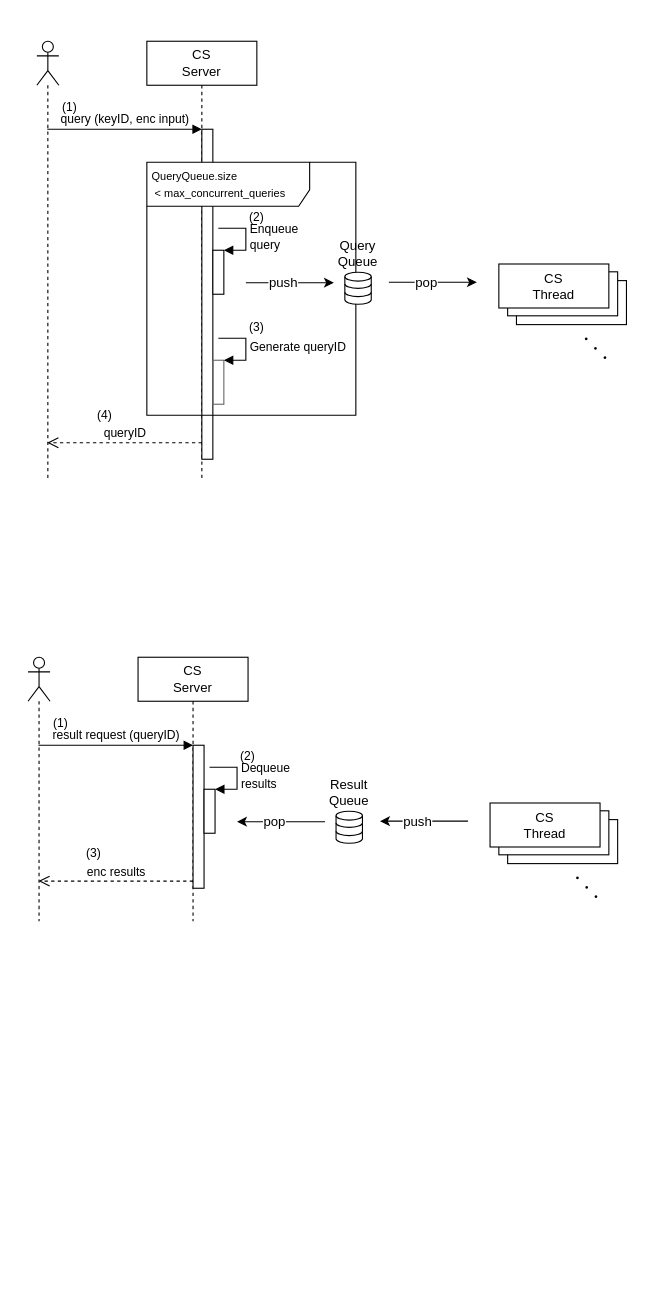
The draw.io diagram page "seq-cs-01" (4 of 7) of doc/spec-ja/source/images/fhetbl_design.drawio in iihiro/FHE-Table-Search, before the edit. Source tidied: cells renumbered, new cells numbered last; positions are measured from the earlier drawing's top-left corner, leaving out a move shared by most shapes. Both pictures are drawn from the tidied source at 110%, with x=0, y=0 at pixel (28, 41).
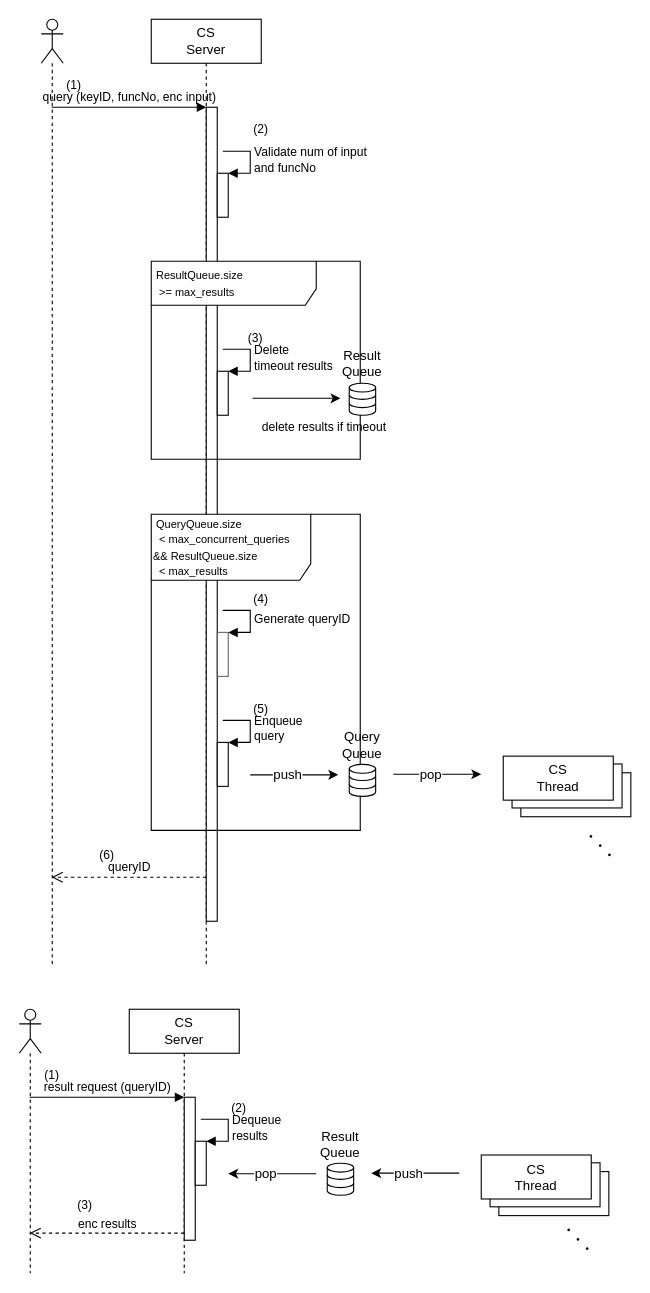
The same page after the edit.

The edit, as a diff of the source:
```diff
@@
+    <mxCell id="5" value="CS&lt;br&gt;Server" style="shape=umlLifeline;perimeter=lifelinePerimeter;whiteSpace=wrap;html=1;" parent="1" vertex="1">
+      <mxGeometry x="112" y="-20" width="100" height="860" as="geometry" />
+    </mxCell>
+    <mxCell id="6" style="html=1;points=[];perimeter=orthogonalPerimeter;" parent="1" vertex="1">
+      <mxGeometry x="162" y="60" width="10" height="740" as="geometry" />
+    </mxCell>
+    <mxCell id="46" value="&lt;font style=&quot;font-size: 10px&quot;&gt;&amp;nbsp;ResultQueue.size&lt;br&gt;&amp;nbsp; &amp;gt;= max_results&lt;br&gt;&lt;/font&gt;" style="shape=umlFrame;whiteSpace=wrap;html=1;labelBackgroundColor=none;width=150;height=40;align=left;" parent="1" vertex="1">
+      <mxGeometry x="112" y="200" width="190" height="180" as="geometry" />
+    </mxCell>
     <mxCell id="2" style="rounded=0;whiteSpace=wrap;html=1;strokeColor=#000000;strokeWidth=1;" parent="1" vertex="1">
-      <mxGeometry x="444" y="217.6" width="100" height="40" as="geometry" />
+      <mxGeometry x="448" y="665" width="100" height="40" as="geometry" />
     </mxCell>
     <mxCell id="3" style="rounded=0;whiteSpace=wrap;html=1;strokeColor=#000000;strokeWidth=1;" parent="1" vertex="1">
-      <mxGeometry x="436" y="209.6" width="100" height="40" as="geometry" />
+      <mxGeometry x="440" y="657" width="100" height="40" as="geometry" />
     </mxCell>
     <mxCell id="4" style="shape=umlLifeline;participant=umlActor;perimeter=lifelinePerimeter;whiteSpace=wrap;html=1;verticalAlign=top;spacingTop=36;labelBackgroundColor=#ffffff;outlineConnect=0;" parent="1" vertex="1">
-      <mxGeometry x="8" width="20" height="400" as="geometry" />
+      <mxGeometry x="12" y="-20" width="20" height="860" as="geometry" />
     </mxCell>
-    <mxCell id="5" value="CS&lt;br&gt;Server" style="shape=umlLifeline;perimeter=lifelinePerimeter;whiteSpace=wrap;html=1;" parent="1" vertex="1">
-      <mxGeometry x="108" width="100" height="400" as="geometry" />
-    </mxCell>
-    <mxCell id="6" style="html=1;points=[];perimeter=orthogonalPerimeter;" parent="1" vertex="1">
-      <mxGeometry x="158" y="80" width="10" height="300" as="geometry" />
-    </mxCell>
-    <mxCell id="7" value="query (keyID, enc input)" style="html=1;verticalAlign=bottom;endArrow=block;entryX=0;entryY=0;labelBackgroundColor=none;" parent="1" edge="1" source="4" target="6">
+    <mxCell id="7" value="query (keyID, funcNo, enc input)" style="html=1;verticalAlign=bottom;endArrow=block;entryX=0;entryY=0;labelBackgroundColor=none;" parent="1" edge="1" source="4" target="6">
       <mxGeometry relative="1" as="geometry" />
     </mxCell>
-    <mxCell id="8" value="queryID" style="html=1;verticalAlign=bottom;endArrow=open;dashed=1;endSize=8;exitX=0;exitY=0.95;labelBackgroundColor=none;" parent="1" edge="1" source="6" target="4">
-      <mxGeometry relative="1" as="geometry" />
+    <mxCell id="8" value="queryID" style="html=1;verticalAlign=bottom;endArrow=open;dashed=1;endSize=8;exitX=0;exitY=0.95;labelBackgroundColor=none;" parent="1" edge="1">
+      <mxGeometry relative="1" as="geometry">
+        <mxPoint x="162" y="760" as="sourcePoint" />
+        <mxPoint x="21.5" y="760" as="targetPoint" />
+      </mxGeometry>
     </mxCell>
     <mxCell id="9" style="html=1;points=[];perimeter=orthogonalPerimeter;strokeColor=#000000;strokeWidth=1;" parent="1" vertex="1">
-      <mxGeometry x="168" y="190" width="10" height="40" as="geometry" />
+      <mxGeometry x="172" y="637.4" width="10" height="40" as="geometry" />
     </mxCell>
     <mxCell id="10" value="Enqueue&lt;br&gt;query" style="edgeStyle=orthogonalEdgeStyle;html=1;align=left;spacingLeft=2;endArrow=block;rounded=0;entryX=1;entryY=0;labelBackgroundColor=none;" parent="1" edge="1" target="9">
       <mxGeometry relative="1" as="geometry">
-        <mxPoint x="173" y="170" as="sourcePoint" />
+        <mxPoint x="177" y="617.4" as="sourcePoint" />
         <Array as="points">
-          <mxPoint x="198" y="170" />
+          <mxPoint x="202" y="617.4" />
         </Array>
       </mxGeometry>
     </mxCell>
     <mxCell id="11" value="Query Queue" style="text;html=1;strokeColor=none;fillColor=none;align=center;verticalAlign=middle;whiteSpace=wrap;rounded=0;" parent="1" vertex="1">
-      <mxGeometry x="280" y="182.5" width="40" height="20" as="geometry" />
+      <mxGeometry x="284" y="629.9" width="40" height="20" as="geometry" />
     </mxCell>
     <mxCell id="12" style="endArrow=classic;html=1;labelBackgroundColor=none;" parent="1" edge="1">
       <mxGeometry relative="1" as="geometry">
-        <mxPoint x="198" y="219.5" as="sourcePoint" />
-        <mxPoint x="278" y="219.5" as="targetPoint" />
+        <mxPoint x="202" y="666.9" as="sourcePoint" />
+        <mxPoint x="282" y="666.9" as="targetPoint" />
       </mxGeometry>
     </mxCell>
@@
     <mxCell id="14" value="CS&lt;br&gt;Thread" style="rounded=0;whiteSpace=wrap;html=1;strokeColor=#000000;strokeWidth=1;" parent="1" vertex="1">
-      <mxGeometry x="428" y="202.5" width="100" height="40" as="geometry" />
+      <mxGeometry x="432" y="649.9" width="100" height="40" as="geometry" />
     </mxCell>
     <mxCell id="15" style="endArrow=classic;html=1;labelBackgroundColor=none;" parent="1" edge="1">
       <mxGeometry relative="1" as="geometry">
-        <mxPoint x="328" y="219.1" as="sourcePoint" />
-        <mxPoint x="408" y="219.1" as="targetPoint" />
+        <mxPoint x="332" y="666.4" as="sourcePoint" />
+        <mxPoint x="412" y="666.4" as="targetPoint" />
       </mxGeometry>
     </mxCell>
@@
     <mxCell id="17" value="・・・" style="text;html=1;strokeColor=none;fillColor=none;align=center;verticalAlign=middle;whiteSpace=wrap;rounded=0;rotation=45;" parent="1" vertex="1">
-      <mxGeometry x="496" y="270" width="40" height="20" as="geometry" />
+      <mxGeometry x="500" y="722.4" width="40" height="20" as="geometry" />
     </mxCell>
     <mxCell id="18" style="html=1;points=[];perimeter=orthogonalPerimeter;strokeColor=#666666;strokeWidth=1;fillColor=none;" parent="1" vertex="1">
-      <mxGeometry x="168" y="290" width="10" height="40" as="geometry" />
+      <mxGeometry x="172" y="537.4" width="10" height="40" as="geometry" />
     </mxCell>
     <mxCell id="19" value="Generate queryID" style="edgeStyle=orthogonalEdgeStyle;html=1;align=left;spacingLeft=2;endArrow=block;rounded=0;entryX=1;entryY=0;labelBackgroundColor=none;" parent="1" edge="1" target="18">
       <mxGeometry relative="1" as="geometry">
-        <mxPoint x="173" y="270" as="sourcePoint" />
+        <mxPoint x="177" y="517.4" as="sourcePoint" />
         <Array as="points">
-          <mxPoint x="198" y="270" />
+          <mxPoint x="202" y="517.4" />
         </Array>
       </mxGeometry>
     </mxCell>
     <mxCell id="20" style="rounded=0;whiteSpace=wrap;html=1;strokeColor=#000000;strokeWidth=1;" parent="1" vertex="1">
-      <mxGeometry x="436" y="707.6" width="100" height="40" as="geometry" />
+      <mxGeometry x="428" y="1027.6" width="100" height="40" as="geometry" />
     </mxCell>
     <mxCell id="21" style="rounded=0;whiteSpace=wrap;html=1;strokeColor=#000000;strokeWidth=1;" parent="1" vertex="1">
-      <mxGeometry x="428" y="699.6" width="100" height="40" as="geometry" />
+      <mxGeometry x="420" y="1019.6" width="100" height="40" as="geometry" />
     </mxCell>
     <mxCell id="22" style="shape=umlLifeline;participant=umlActor;perimeter=lifelinePerimeter;whiteSpace=wrap;html=1;verticalAlign=top;spacingTop=36;labelBackgroundColor=#ffffff;outlineConnect=0;" parent="1" vertex="1">
-      <mxGeometry y="560" width="20" height="240" as="geometry" />
+      <mxGeometry x="-8" y="880" width="20" height="240" as="geometry" />
     </mxCell>
     <mxCell id="23" value="CS&lt;br&gt;Server" style="shape=umlLifeline;perimeter=lifelinePerimeter;whiteSpace=wrap;html=1;" parent="1" vertex="1">
-      <mxGeometry x="100" y="560" width="100" height="240" as="geometry" />
+      <mxGeometry x="92" y="880" width="100" height="240" as="geometry" />
     </mxCell>
     <mxCell id="24" style="html=1;points=[];perimeter=orthogonalPerimeter;" parent="1" vertex="1">
-      <mxGeometry x="150" y="640" width="10" height="130" as="geometry" />
+      <mxGeometry x="142" y="960" width="10" height="130" as="geometry" />
     </mxCell>
@@
     <mxCell id="27" style="html=1;verticalLabelPosition=bottom;align=center;labelBackgroundColor=#ffffff;verticalAlign=top;strokeWidth=1;strokeColor=#000000;shadow=0;dashed=0;shape=mxgraph.ios7.icons.data;" parent="1" vertex="1">
-      <mxGeometry x="280" y="700" width="24" height="29.1" as="geometry" />
+      <mxGeometry x="272" y="1020" width="24" height="29.1" as="geometry" />
     </mxCell>
     <mxCell id="28" style="html=1;points=[];perimeter=orthogonalPerimeter;strokeColor=#000000;strokeWidth=1;" parent="1" vertex="1">
-      <mxGeometry x="160" y="680" width="10" height="40" as="geometry" />
+      <mxGeometry x="152" y="1000" width="10" height="40" as="geometry" />
     </mxCell>
     <mxCell id="29" value="Dequeue&lt;br&gt;results" style="edgeStyle=orthogonalEdgeStyle;html=1;align=left;spacingLeft=2;endArrow=block;rounded=0;entryX=1;entryY=0;labelBackgroundColor=none;" parent="1" edge="1" target="28">
       <mxGeometry relative="1" as="geometry">
-        <mxPoint x="165" y="660" as="sourcePoint" />
+        <mxPoint x="157" y="980" as="sourcePoint" />
         <Array as="points">
-          <mxPoint x="190" y="660" />
+          <mxPoint x="182" y="980" />
         </Array>
       </mxGeometry>
     </mxCell>
     <mxCell id="30" value="Result Queue" style="text;html=1;strokeColor=none;fillColor=none;align=center;verticalAlign=middle;whiteSpace=wrap;rounded=0;" parent="1" vertex="1">
-      <mxGeometry x="272" y="672.5" width="40" height="20" as="geometry" />
+      <mxGeometry x="264" y="992.5" width="40" height="20" as="geometry" />
     </mxCell>
     <mxCell id="31" style="endArrow=none;html=1;labelBackgroundColor=none;startArrow=classic;startFill=1;endFill=0;" parent="1" edge="1">
       <mxGeometry relative="1" as="geometry">
-        <mxPoint x="190" y="709.5" as="sourcePoint" />
-        <mxPoint x="270" y="709.5" as="targetPoint" />
+        <mxPoint x="182" y="1029.5" as="sourcePoint" />
+        <mxPoint x="262" y="1029.5" as="targetPoint" />
       </mxGeometry>
     </mxCell>
@@
     <mxCell id="33" value="CS&lt;br&gt;Thread" style="rounded=0;whiteSpace=wrap;html=1;strokeColor=#000000;strokeWidth=1;" parent="1" vertex="1">
-      <mxGeometry x="420" y="692.5" width="100" height="40" as="geometry" />
+      <mxGeometry x="412" y="1012.5" width="100" height="40" as="geometry" />
     </mxCell>
     <mxCell id="34" style="endArrow=none;html=1;labelBackgroundColor=none;startArrow=classic;startFill=1;endFill=0;" parent="1" edge="1">
       <mxGeometry relative="1" as="geometry">
-        <mxPoint x="320" y="709" as="sourcePoint" />
-        <mxPoint x="400" y="709" as="targetPoint" />
+        <mxPoint x="312" y="1029" as="sourcePoint" />
+        <mxPoint x="392" y="1029" as="targetPoint" />
       </mxGeometry>
     </mxCell>
@@
     <mxCell id="36" value="・・・" style="text;html=1;strokeColor=none;fillColor=none;align=center;verticalAlign=middle;whiteSpace=wrap;rounded=0;rotation=45;" parent="1" vertex="1">
-      <mxGeometry x="488" y="760" width="40" height="20" as="geometry" />
+      <mxGeometry x="480" y="1080" width="40" height="20" as="geometry" />
     </mxCell>
     <mxCell id="37" value="(1)" style="text;html=1;strokeColor=none;fillColor=none;align=center;verticalAlign=middle;whiteSpace=wrap;rounded=0;fontSize=11;" parent="1" vertex="1">
-      <mxGeometry x="18" y="50" width="40" height="20" as="geometry" />
+      <mxGeometry x="22" y="30" width="40" height="20" as="geometry" />
     </mxCell>
-    <mxCell id="38" value="(2)" style="text;html=1;strokeColor=none;fillColor=none;align=center;verticalAlign=middle;whiteSpace=wrap;rounded=0;fontSize=11;" parent="1" vertex="1">
-      <mxGeometry x="188" y="150" width="40" height="20" as="geometry" />
+    <mxCell id="38" value="(5)" style="text;html=1;strokeColor=none;fillColor=none;align=center;verticalAlign=middle;whiteSpace=wrap;rounded=0;fontSize=11;" parent="1" vertex="1">
+      <mxGeometry x="192" y="597.4" width="40" height="20" as="geometry" />
     </mxCell>
-    <mxCell id="39" value="(3)" style="text;html=1;strokeColor=none;fillColor=none;align=center;verticalAlign=middle;whiteSpace=wrap;rounded=0;fontSize=11;" parent="1" vertex="1">
-      <mxGeometry x="188" y="250" width="40" height="20" as="geometry" />
+    <mxCell id="39" value="(4)" style="text;html=1;strokeColor=none;fillColor=none;align=center;verticalAlign=middle;whiteSpace=wrap;rounded=0;fontSize=11;" parent="1" vertex="1">
+      <mxGeometry x="192" y="497.4" width="40" height="20" as="geometry" />
     </mxCell>
-    <mxCell id="40" value="(4)" style="text;html=1;strokeColor=none;fillColor=none;align=center;verticalAlign=middle;whiteSpace=wrap;rounded=0;fontSize=11;" parent="1" vertex="1">
-      <mxGeometry x="50" y="330" width="40" height="20" as="geometry" />
+    <mxCell id="40" value="(6)" style="text;html=1;strokeColor=none;fillColor=none;align=center;verticalAlign=middle;whiteSpace=wrap;rounded=0;fontSize=11;" parent="1" vertex="1">
+      <mxGeometry x="52" y="730" width="40" height="20" as="geometry" />
     </mxCell>
     <mxCell id="41" value="(1)" style="text;html=1;strokeColor=none;fillColor=none;align=center;verticalAlign=middle;whiteSpace=wrap;rounded=0;fontSize=11;" parent="1" vertex="1">
-      <mxGeometry x="10" y="610" width="40" height="20" as="geometry" />
+      <mxGeometry x="2" y="930" width="40" height="20" as="geometry" />
     </mxCell>
     <mxCell id="42" value="(2)" style="text;html=1;strokeColor=none;fillColor=none;align=center;verticalAlign=middle;whiteSpace=wrap;rounded=0;fontSize=11;" parent="1" vertex="1">
-      <mxGeometry x="180" y="640" width="40" height="20" as="geometry" />
+      <mxGeometry x="172" y="960" width="40" height="20" as="geometry" />
     </mxCell>
     <mxCell id="43" value="(3)" style="text;html=1;strokeColor=none;fillColor=none;align=center;verticalAlign=middle;whiteSpace=wrap;rounded=0;fontSize=11;" parent="1" vertex="1">
-      <mxGeometry x="40" y="727.6" width="40" height="20" as="geometry" />
+      <mxGeometry x="32" y="1047.6" width="40" height="20" as="geometry" />
     </mxCell>
-    <mxCell id="44" value="&lt;font style=&quot;font-size: 10px&quot;&gt;&amp;nbsp;QueryQueue.size&lt;br&gt;&amp;nbsp; &amp;lt; max_concurrent_queries&lt;/font&gt;" style="shape=umlFrame;whiteSpace=wrap;html=1;width=148;height=40;align=left;" parent="1" vertex="1">
-      <mxGeometry x="108" y="110" width="190" height="230" as="geometry" />
+    <mxCell id="44" value="&lt;font style=&quot;font-size: 10px&quot;&gt;&amp;nbsp;QueryQueue.size&lt;br&gt;&amp;nbsp; &amp;lt; max_concurrent_queries&lt;br&gt;&amp;amp;&amp;amp; ResultQueue.size&lt;br&gt;&amp;nbsp; &amp;lt; max_results&lt;br&gt;&lt;/font&gt;" style="shape=umlFrame;whiteSpace=wrap;html=1;width=145;height=60;align=left;" parent="1" vertex="1">
+      <mxGeometry x="112" y="430" width="190" height="287.4" as="geometry" />
     </mxCell>
     <mxCell id="45" style="html=1;verticalLabelPosition=bottom;align=center;labelBackgroundColor=#ffffff;verticalAlign=top;strokeWidth=1;strokeColor=#000000;shadow=0;dashed=0;shape=mxgraph.ios7.icons.data;" parent="1" vertex="1">
-      <mxGeometry x="288" y="210" width="24" height="29.1" as="geometry" />
+      <mxGeometry x="292" y="657.4" width="24" height="29.1" as="geometry" />
     </mxCell>
+    <mxCell id="47" style="html=1;verticalLabelPosition=bottom;align=center;labelBackgroundColor=#ffffff;verticalAlign=top;strokeWidth=1;strokeColor=#000000;shadow=0;dashed=0;shape=mxgraph.ios7.icons.data;" parent="1" vertex="1">
+      <mxGeometry x="292" y="310.9" width="24" height="29.1" as="geometry" />
+    </mxCell>
+    <mxCell id="48" value="Result Queue" style="text;html=1;strokeColor=none;fillColor=none;align=center;verticalAlign=middle;whiteSpace=wrap;rounded=0;" parent="1" vertex="1">
+      <mxGeometry x="284" y="283.4" width="40" height="20" as="geometry" />
+    </mxCell>
+    <mxCell id="49" style="html=1;points=[];perimeter=orthogonalPerimeter;" parent="1" vertex="1">
+      <mxGeometry x="172" y="300" width="10" height="40" as="geometry" />
+    </mxCell>
+    <mxCell id="50" value="Delete&lt;br&gt;timeout results" style="edgeStyle=orthogonalEdgeStyle;html=1;align=left;spacingLeft=2;endArrow=block;rounded=0;entryX=1;entryY=0;" parent="1" edge="1" target="49">
+      <mxGeometry relative="1" as="geometry">
+        <mxPoint x="177" y="280" as="sourcePoint" />
+        <Array as="points">
+          <mxPoint x="202" y="280" />
+        </Array>
+      </mxGeometry>
+    </mxCell>
+    <mxCell id="51" style="endArrow=classic;html=1;labelBackgroundColor=none;" parent="1" edge="1">
+      <mxGeometry relative="1" as="geometry">
+        <mxPoint x="204" y="324.6" as="sourcePoint" />
+        <mxPoint x="284" y="324.6" as="targetPoint" />
+      </mxGeometry>
+    </mxCell>
+    <mxCell id="52" value="&lt;div style=&quot;text-align: left&quot;&gt;&lt;span&gt;&lt;font style=&quot;font-size: 11px&quot;&gt;delete results if timeout&lt;/font&gt;&lt;/span&gt;&lt;br&gt;&lt;/div&gt;" style="text;html=1;align=center;verticalAlign=middle;labelBackgroundColor=none;" parent="51" vertex="1">
+      <mxGeometry x="-0.17" y="1" relative="1" as="geometry">
+        <mxPoint x="31" y="26.4" as="offset" />
+      </mxGeometry>
+    </mxCell>
+    <mxCell id="53" value="(2)" style="text;html=1;strokeColor=none;fillColor=none;align=center;verticalAlign=middle;whiteSpace=wrap;rounded=0;fontSize=11;" parent="1" vertex="1">
+      <mxGeometry x="192" y="70" width="40" height="20" as="geometry" />
+    </mxCell>
+    <mxCell id="54" style="html=1;points=[];perimeter=orthogonalPerimeter;labelBackgroundColor=none;" parent="1" vertex="1">
+      <mxGeometry x="172" y="120" width="10" height="40" as="geometry" />
+    </mxCell>
+    <mxCell id="55" value="Validate num of input&lt;br&gt;and funcNo" style="edgeStyle=orthogonalEdgeStyle;html=1;align=left;spacingLeft=2;endArrow=block;rounded=0;entryX=1;entryY=0;" parent="1" edge="1" target="54">
+      <mxGeometry relative="1" as="geometry">
+        <mxPoint x="177" y="100" as="sourcePoint" />
+        <Array as="points">
+          <mxPoint x="202" y="100" />
+        </Array>
+      </mxGeometry>
+    </mxCell>
+    <mxCell id="56" value="(3)" style="text;html=1;strokeColor=none;fillColor=none;align=center;verticalAlign=middle;whiteSpace=wrap;rounded=0;fontSize=11;" parent="1" vertex="1">
+      <mxGeometry x="187" y="260" width="40" height="20" as="geometry" />
+    </mxCell>
```
